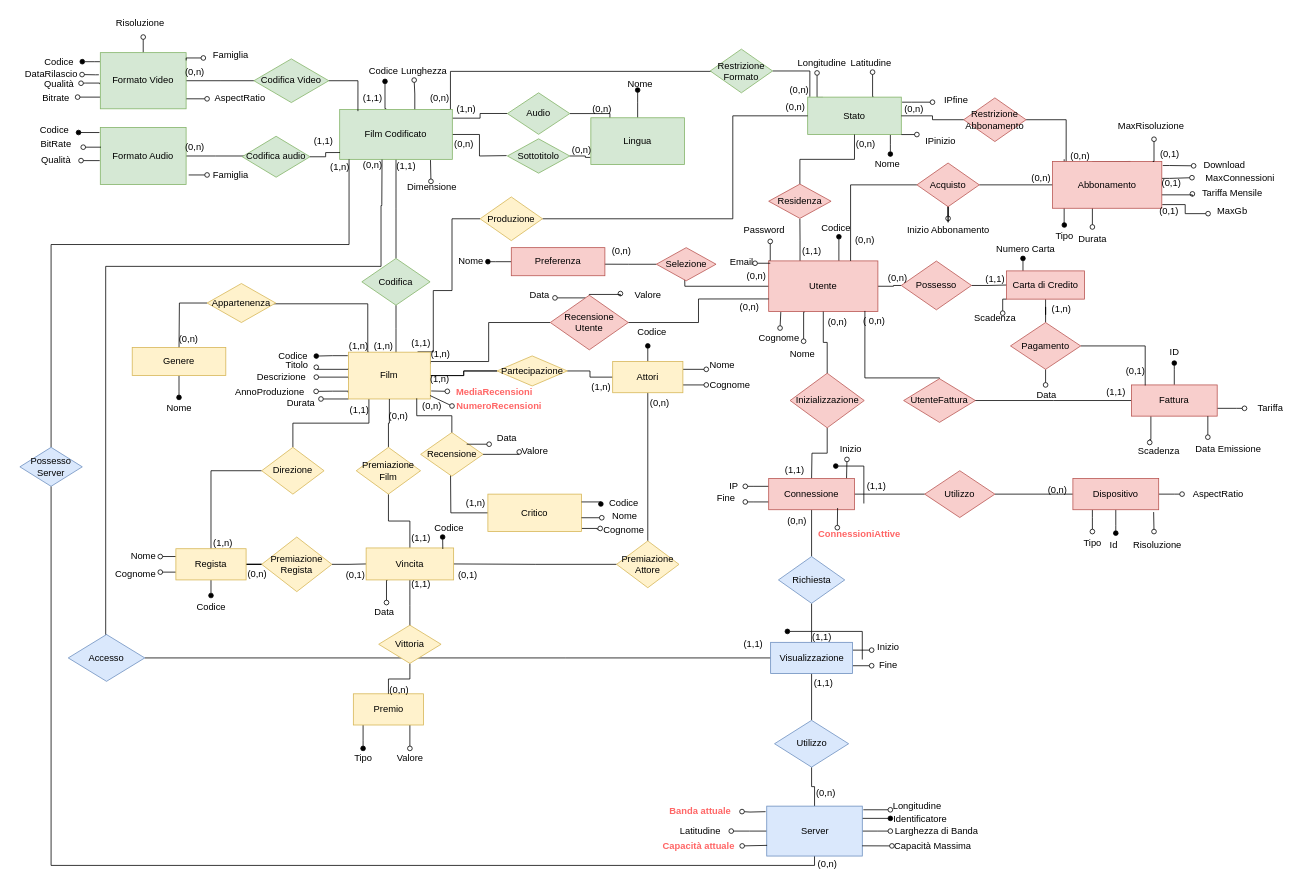
Above: ER ristrutturato senza entitià.drawio in LGranucci/FilmSphere (draw.io), before the change. Source tidied: cells renumbered, new cells numbered last; positions are measured from the earlier drawing's top-left corner, leaving out a move shared by most shapes. Both pictures are drawn from the tidied source at 78%, with x=0, y=0 at pixel (13, 13).
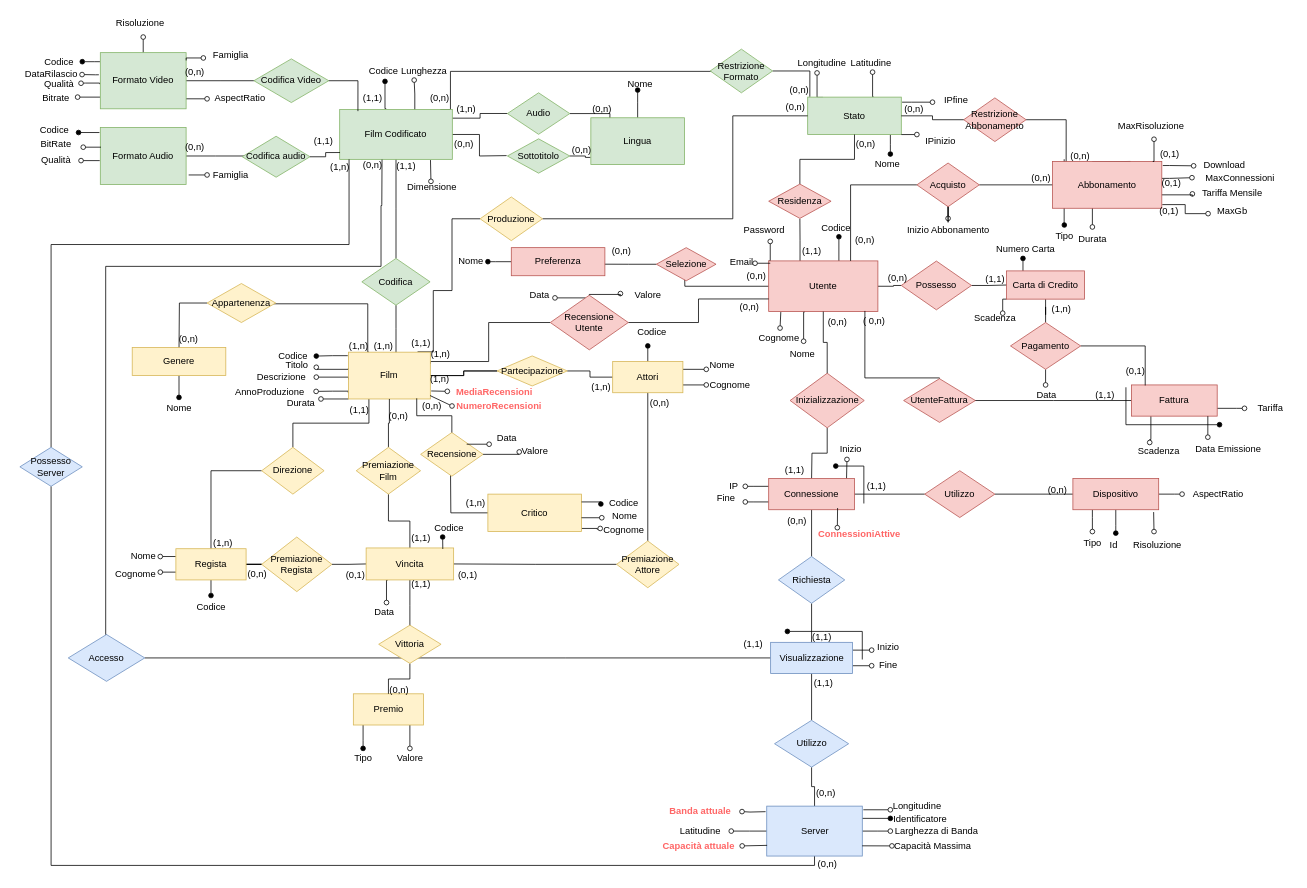
The same page after the edit.

Unchanged cells that the change refers to:
```xml
<mxCell id="92" value="Fattura" style="rounded=0;whiteSpace=wrap;html=1;fillColor=#f8cecc;strokeColor=#b85450;" parent="1" vertex="1">
  <mxGeometry x="1433" y="476" width="110" height="40" as="geometry" />
</mxCell>
```

Diff of the diagram source:
```diff
@@
-    <mxCell id="91" style="edgeStyle=orthogonalEdgeStyle;rounded=0;jettySize=auto;html=1;endArrow=oval;endFill=1;" parent="1" edge="1" source="92">
-      <mxGeometry relative="1" as="geometry">
-        <mxPoint x="1488" y="448" as="targetPoint" />
-      </mxGeometry>
-    </mxCell>
@@
     <mxCell id="143" value="(1,1)" style="text;html=1;align=center;verticalAlign=middle;strokeColor=none;fillColor=none;" parent="1" vertex="1">
-      <mxGeometry x="1388" y="471" width="50" height="30" as="geometry" />
+      <mxGeometry x="1374" y="473.5" width="50" height="30" as="geometry" />
     </mxCell>
@@
-    <mxCell id="292" value="ID" style="text;html=1;align=center;verticalAlign=middle;strokeColor=none;fillColor=none;" parent="1" vertex="1">
-      <mxGeometry x="1470" y="422" width="36" height="24" as="geometry" />
-    </mxCell>
@@
+    <mxCell id="340" style="endArrow=oval;html=1;rounded=0;endFill=1;" parent="1" edge="1">
+      <mxGeometry relative="1" as="geometry">
+        <mxPoint x="1426" y="479" as="sourcePoint" />
+        <mxPoint x="1546" y="527" as="targetPoint" />
+        <Array as="points">
+          <mxPoint x="1426" y="527" />
+        </Array>
+      </mxGeometry>
+    </mxCell>
```
